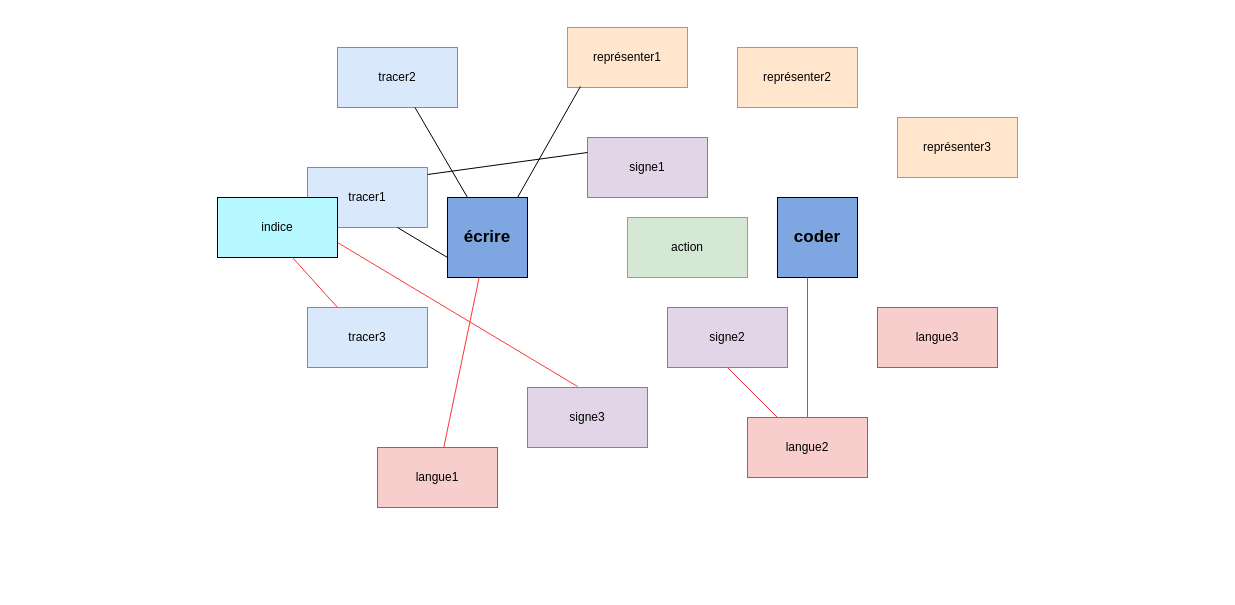
Before: carte hypertexte ecrirecoder.drawio in babelhead/EcrireCoder, a draw.io diagram. Source tidied: cells renumbered, new cells numbered last; positions are measured from the earlier drawing's top-left corner, leaving out a move shared by most shapes. Both pictures are drawn from the tidied source at 100%, with x=0, y=0 at pixel (217, 27).
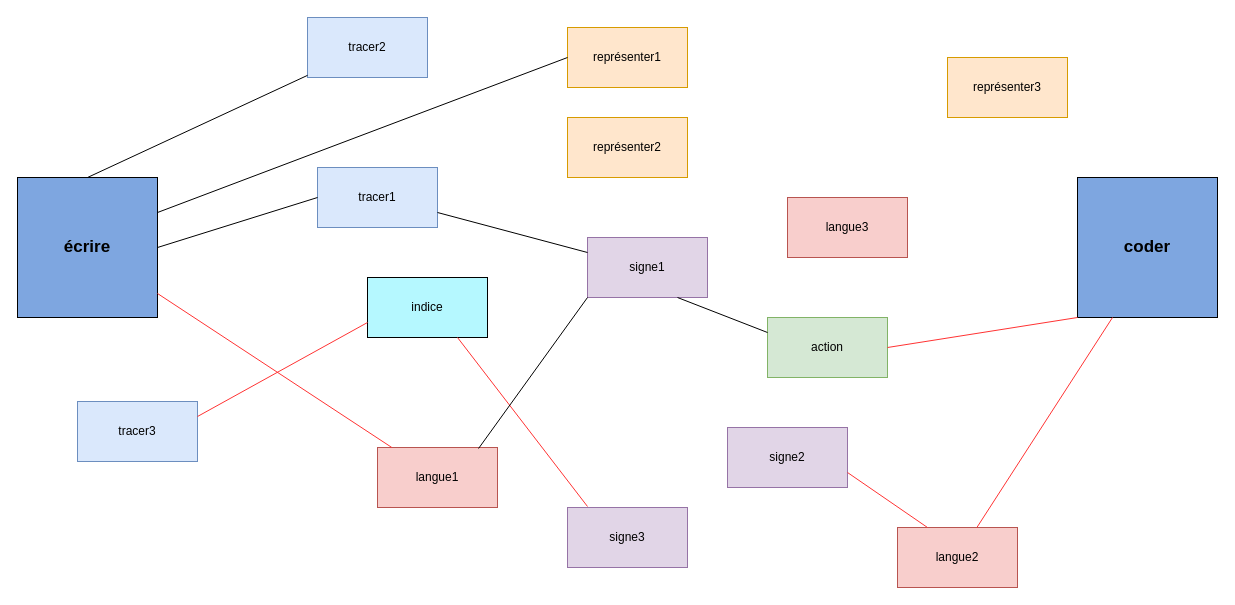
The same page after the edit.

Unchanged cells that the change refers to:
```xml
<mxCell id="5" value="représenter1" style="rounded=0;whiteSpace=wrap;html=1;fillColor=#ffe6cc;strokeColor=#d79b00;" parent="1" vertex="1">
  <mxGeometry x="350" width="120" height="60" as="geometry" />
</mxCell>
<mxCell id="9" value="langue1" style="rounded=0;whiteSpace=wrap;html=1;fillColor=#f8cecc;strokeColor=#b85450;" parent="1" vertex="1">
  <mxGeometry x="160" y="420" width="120" height="60" as="geometry" />
</mxCell>
```

What changed in the source:
```diff
@@
     <mxCell id="2" value="&lt;b&gt;&lt;font style=&quot;font-size: 17px&quot;&gt;écrire&lt;/font&gt;&lt;/b&gt;" style="whiteSpace=wrap;html=1;fillColor=#7EA6E0;" parent="1" vertex="1">
-      <mxGeometry x="230" y="170" width="80" height="80" as="geometry" />
+      <mxGeometry x="-200" y="150" width="140" height="140" as="geometry" />
     </mxCell>
     <mxCell id="3" value="&lt;b&gt;&lt;font style=&quot;font-size: 17px&quot;&gt;coder&lt;/font&gt;&lt;/b&gt;" style="whiteSpace=wrap;html=1;fillColor=#7EA6E0;" parent="1" vertex="1">
-      <mxGeometry x="560" y="170" width="80" height="80" as="geometry" />
+      <mxGeometry x="860" y="150" width="140" height="140" as="geometry" />
     </mxCell>
     <mxCell id="4" value="tracer2" style="rounded=0;whiteSpace=wrap;html=1;fillColor=#dae8fc;strokeColor=#6c8ebf;" parent="1" vertex="1">
-      <mxGeometry x="120" y="20" width="120" height="60" as="geometry" />
+      <mxGeometry x="90" y="-10" width="120" height="60" as="geometry" />
     </mxCell>
@@
     <mxCell id="6" value="tracer3" style="rounded=0;whiteSpace=wrap;html=1;fillColor=#dae8fc;strokeColor=#6c8ebf;" parent="1" vertex="1">
-      <mxGeometry x="90" y="280" width="120" height="60" as="geometry" />
+      <mxGeometry x="-140" y="374" width="120" height="60" as="geometry" />
     </mxCell>
     <mxCell id="7" value="signe3" style="rounded=0;whiteSpace=wrap;html=1;fillColor=#e1d5e7;strokeColor=#9673a6;" parent="1" vertex="1">
-      <mxGeometry x="310" y="360" width="120" height="60" as="geometry" />
+      <mxGeometry x="350" y="480" width="120" height="60" as="geometry" />
     </mxCell>
     <mxCell id="8" value="langue2" style="rounded=0;whiteSpace=wrap;html=1;fillColor=#f8cecc;strokeColor=#b85450;" parent="1" vertex="1">
-      <mxGeometry x="530" y="390" width="120" height="60" as="geometry" />
+      <mxGeometry x="680" y="500" width="120" height="60" as="geometry" />
     </mxCell>
@@
     <mxCell id="10" value="tracer1" style="rounded=0;whiteSpace=wrap;html=1;fillColor=#dae8fc;strokeColor=#6c8ebf;" parent="1" vertex="1">
-      <mxGeometry x="90" y="140" width="120" height="60" as="geometry" />
+      <mxGeometry x="100" y="140" width="120" height="60" as="geometry" />
     </mxCell>
     <mxCell id="11" value="signe1" style="rounded=0;whiteSpace=wrap;html=1;fillColor=#e1d5e7;strokeColor=#9673a6;" parent="1" vertex="1">
-      <mxGeometry x="370" y="110" width="120" height="60" as="geometry" />
+      <mxGeometry x="370" y="210" width="120" height="60" as="geometry" />
     </mxCell>
     <mxCell id="12" value="représenter2" style="rounded=0;whiteSpace=wrap;html=1;fillColor=#ffe6cc;strokeColor=#d79b00;" parent="1" vertex="1">
-      <mxGeometry x="520" y="20" width="120" height="60" as="geometry" />
+      <mxGeometry x="350" y="90" width="120" height="60" as="geometry" />
     </mxCell>
     <mxCell id="13" value="langue3" style="rounded=0;whiteSpace=wrap;html=1;fillColor=#f8cecc;strokeColor=#b85450;" parent="1" vertex="1">
-      <mxGeometry x="660" y="280" width="120" height="60" as="geometry" />
+      <mxGeometry x="570" y="170" width="120" height="60" as="geometry" />
     </mxCell>
     <mxCell id="14" value="représenter3" style="rounded=0;whiteSpace=wrap;html=1;fillColor=#ffe6cc;strokeColor=#d79b00;" parent="1" vertex="1">
-      <mxGeometry x="680" y="90" width="120" height="60" as="geometry" />
+      <mxGeometry x="730" y="30" width="120" height="60" as="geometry" />
     </mxCell>
     <mxCell id="15" value="indice" style="rounded=0;whiteSpace=wrap;html=1;fillColor=#B5F8FF;" parent="1" vertex="1">
-      <mxGeometry y="170" width="120" height="60" as="geometry" />
+      <mxGeometry x="150" y="250" width="120" height="60" as="geometry" />
     </mxCell>
     <mxCell id="16" value="signe2" style="rounded=0;whiteSpace=wrap;html=1;fillColor=#e1d5e7;strokeColor=#9673a6;" parent="1" vertex="1">
-      <mxGeometry x="450" y="280" width="120" height="60" as="geometry" />
+      <mxGeometry x="510" y="400" width="120" height="60" as="geometry" />
     </mxCell>
-    <mxCell id="17" style="endArrow=none;html=1;exitX=1;exitY=0.117;exitDx=0;exitDy=0;exitPerimeter=0;entryX=0;entryY=0.25;entryDx=0;entryDy=0;" parent="1" edge="1" source="10" target="11">
+    <mxCell id="17" style="endArrow=none;html=1;exitX=1;exitY=0.75;exitDx=0;exitDy=0;entryX=0;entryY=0.25;entryDx=0;entryDy=0;" parent="1" edge="1" source="10" target="11">
       <mxGeometry relative="1" as="geometry" />
     </mxCell>
-    <mxCell id="18" style="endArrow=none;html=1;exitX=0.75;exitY=1;exitDx=0;exitDy=0;entryX=0;entryY=0.75;entryDx=0;entryDy=0;" parent="1" edge="1" source="10" target="2">
+    <mxCell id="18" style="endArrow=none;html=1;exitX=0;exitY=0.5;exitDx=0;exitDy=0;entryX=1;entryY=0.5;entryDx=0;entryDy=0;" parent="1" edge="1" source="10" target="2">
       <mxGeometry relative="1" as="geometry" />
     </mxCell>
-    <mxCell id="19" style="endArrow=none;html=1;entryX=0.25;entryY=0;entryDx=0;entryDy=0;" parent="1" edge="1" source="4" target="2">
+    <mxCell id="19" style="endArrow=none;html=1;entryX=0.5;entryY=0;entryDx=0;entryDy=0;" parent="1" edge="1" source="4" target="2">
       <mxGeometry relative="1" as="geometry" />
     </mxCell>
-    <mxCell id="20" style="endArrow=none;html=1;exitX=0.25;exitY=0;exitDx=0;exitDy=0;entryX=0.5;entryY=1;entryDx=0;entryDy=0;strokeColor=#FF3333;" parent="1" edge="1" source="8" target="16">
+    <mxCell id="20" style="endArrow=none;html=1;exitX=0.25;exitY=0;exitDx=0;exitDy=0;entryX=1;entryY=0.75;entryDx=0;entryDy=0;strokeColor=#FF3333;" parent="1" edge="1" source="8" target="16">
       <mxGeometry relative="1" as="geometry" />
     </mxCell>
-    <mxCell id="21" style="endArrow=none;html=1;exitX=0.875;exitY=0;exitDx=0;exitDy=0;exitPerimeter=0;entryX=0.108;entryY=0.983;entryDx=0;entryDy=0;entryPerimeter=0;" parent="1" edge="1" source="2" target="5">
+    <mxCell id="21" style="endArrow=none;html=1;exitX=1;exitY=0.25;exitDx=0;exitDy=0;entryX=0;entryY=0.5;entryDx=0;entryDy=0;" parent="1" edge="1" source="2" target="5">
       <mxGeometry relative="1" as="geometry" />
     </mxCell>
@@
-    <mxCell id="23" style="endArrow=none;html=1;entryX=0.25;entryY=0;entryDx=0;entryDy=0;exitX=0.625;exitY=1;exitDx=0;exitDy=0;exitPerimeter=0;strokeColor=#FF3333;" parent="1" edge="1" source="15" target="6">
+    <mxCell id="23" style="endArrow=none;html=1;entryX=1;entryY=0.25;entryDx=0;entryDy=0;exitX=0;exitY=0.75;exitDx=0;exitDy=0;strokeColor=#FF3333;" parent="1" edge="1" source="15" target="6">
       <mxGeometry relative="1" as="geometry" />
     </mxCell>
-    <mxCell id="24" style="endArrow=none;html=1;entryX=0.5;entryY=1;entryDx=0;entryDy=0;strokeColor=#FF3333;" parent="1" edge="1" source="8">
-      <mxGeometry relative="1" as="geometry">
-        <mxPoint x="590" y="250" as="targetPoint" />
-      </mxGeometry>
+    <mxCell id="24" style="endArrow=none;html=1;strokeColor=#FF3333;entryX=0.25;entryY=1;entryDx=0;entryDy=0;" parent="1" edge="1" source="8" target="3">
+      <mxGeometry relative="1" as="geometry" />
     </mxCell>
-    <mxCell id="25" style="endArrow=none;html=1;strokeColor=#FF3333;entryX=1;entryY=0.75;entryDx=0;entryDy=0;exitX=0.417;exitY=-0.017;exitDx=0;exitDy=0;exitPerimeter=0;" parent="1" edge="1" source="7" target="15">
-      <mxGeometry relative="1" as="geometry" />
+    <mxCell id="25" style="endArrow=none;html=1;strokeColor=#FF3333;entryX=0.75;entryY=1;entryDx=0;entryDy=0;" parent="1" edge="1" target="15">
+      <mxGeometry relative="1" as="geometry">
+        <mxPoint x="370" y="479" as="sourcePoint" />
+      </mxGeometry>
     </mxCell>
     <mxCell id="26" value="action" style="rounded=0;whiteSpace=wrap;html=1;fillColor=#d5e8d4;strokeColor=#82b366;" parent="1" vertex="1">
-      <mxGeometry x="410" y="190" width="120" height="60" as="geometry" />
+      <mxGeometry x="550" y="290" width="120" height="60" as="geometry" />
     </mxCell>
+    <mxCell id="27" style="endArrow=none;html=1;entryX=0;entryY=1;entryDx=0;entryDy=0;exitX=0.842;exitY=0.017;exitDx=0;exitDy=0;exitPerimeter=0;" parent="1" edge="1" source="9" target="11">
+      <mxGeometry relative="1" as="geometry" />
+    </mxCell>
+    <mxCell id="28" style="endArrow=none;html=1;strokeColor=#000000;exitX=0;exitY=0.25;exitDx=0;exitDy=0;entryX=0.75;entryY=1;entryDx=0;entryDy=0;" parent="1" edge="1" source="26" target="11">
+      <mxGeometry relative="1" as="geometry" />
+    </mxCell>
+    <mxCell id="29" style="endArrow=none;html=1;exitX=1;exitY=0.5;exitDx=0;exitDy=0;entryX=0;entryY=1;entryDx=0;entryDy=0;strokeColor=#FF3333;" parent="1" edge="1" source="26" target="3">
+      <mxGeometry relative="1" as="geometry" />
+    </mxCell>
```
